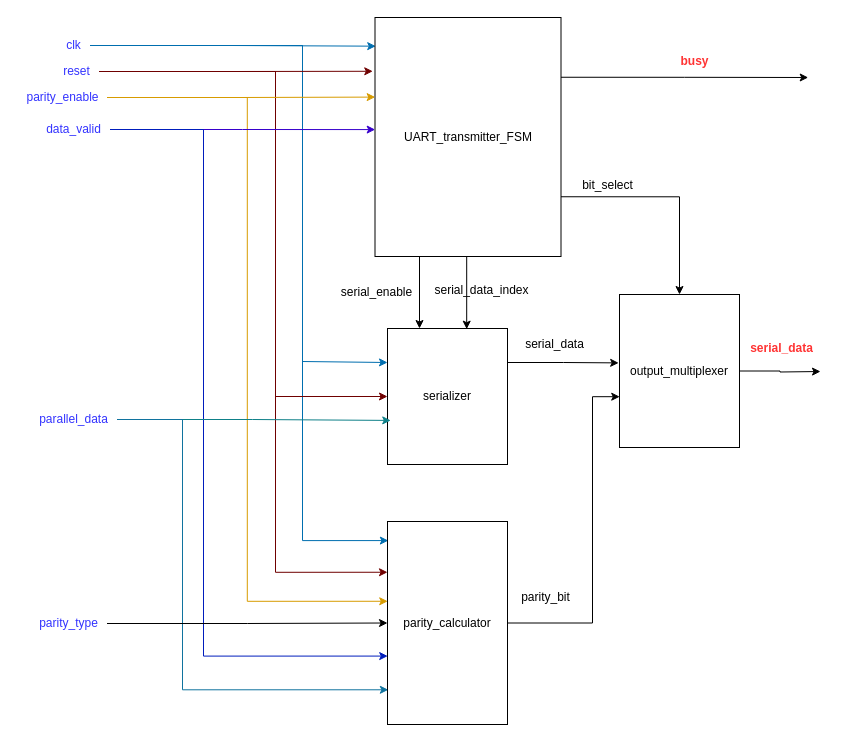
This is page "UART_transmitter" (6 of 6) of Design.drawio from mostafa-elgendy22/PrUcess, a draw.io file, before an edit. Source tidied: cells renumbered, new cells numbered last; positions are measured from the earlier drawing's top-left corner, leaving out a move shared by most shapes. Both pictures are drawn from the tidied source at 100%, with x=0, y=0 at pixel (17, 17).
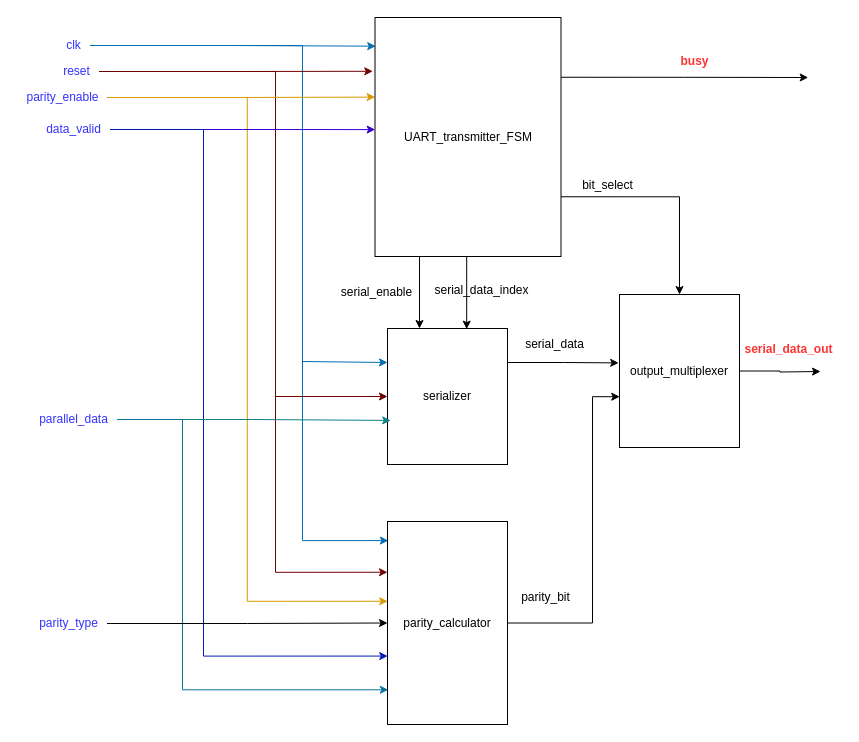
Above is the later version.

Diff of the diagram source:
```diff
@@
-    <mxCell id="37" value="&lt;b&gt;&lt;font color=&quot;#ff3333&quot;&gt;serial_data&lt;/font&gt;&lt;/b&gt;" style="text;html=1;align=center;verticalAlign=middle;strokeColor=none;fillColor=none;" parent="1" vertex="1">
-      <mxGeometry x="723" y="318" width="81" height="26" as="geometry" />
+    <mxCell id="37" value="&lt;b&gt;&lt;font color=&quot;#ff3333&quot;&gt;serial_data_out&lt;/font&gt;&lt;/b&gt;" style="text;html=1;align=center;verticalAlign=middle;strokeColor=none;fillColor=none;" parent="1" vertex="1">
+      <mxGeometry x="718" y="319" width="106" height="26" as="geometry" />
     </mxCell>
```
